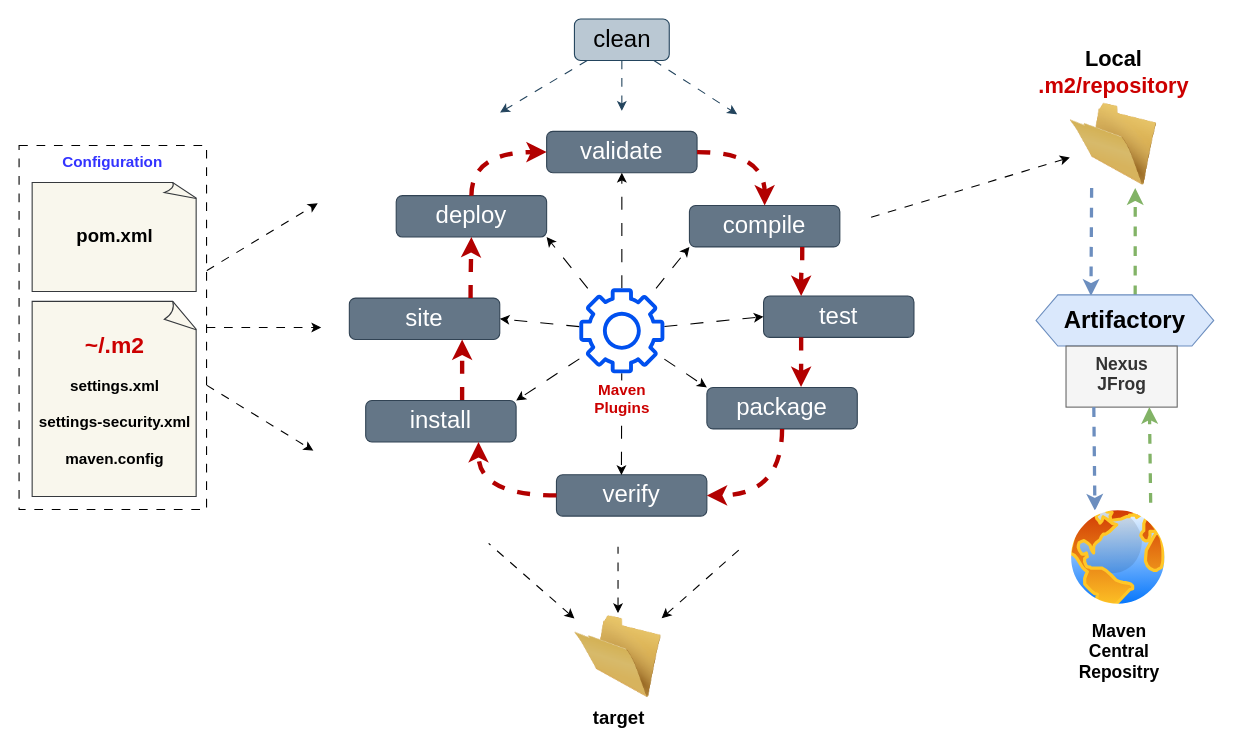
Before: diagrams/maven.drawio in PreCyz/maven-sessions, a draw.io diagram. Source tidied: cells renumbered, new cells numbered last; positions are measured from the earlier drawing's top-left corner, leaving out a move shared by most shapes. Both pictures are drawn from the tidied source at 109%, with x=0, y=0 at pixel (19, 19).
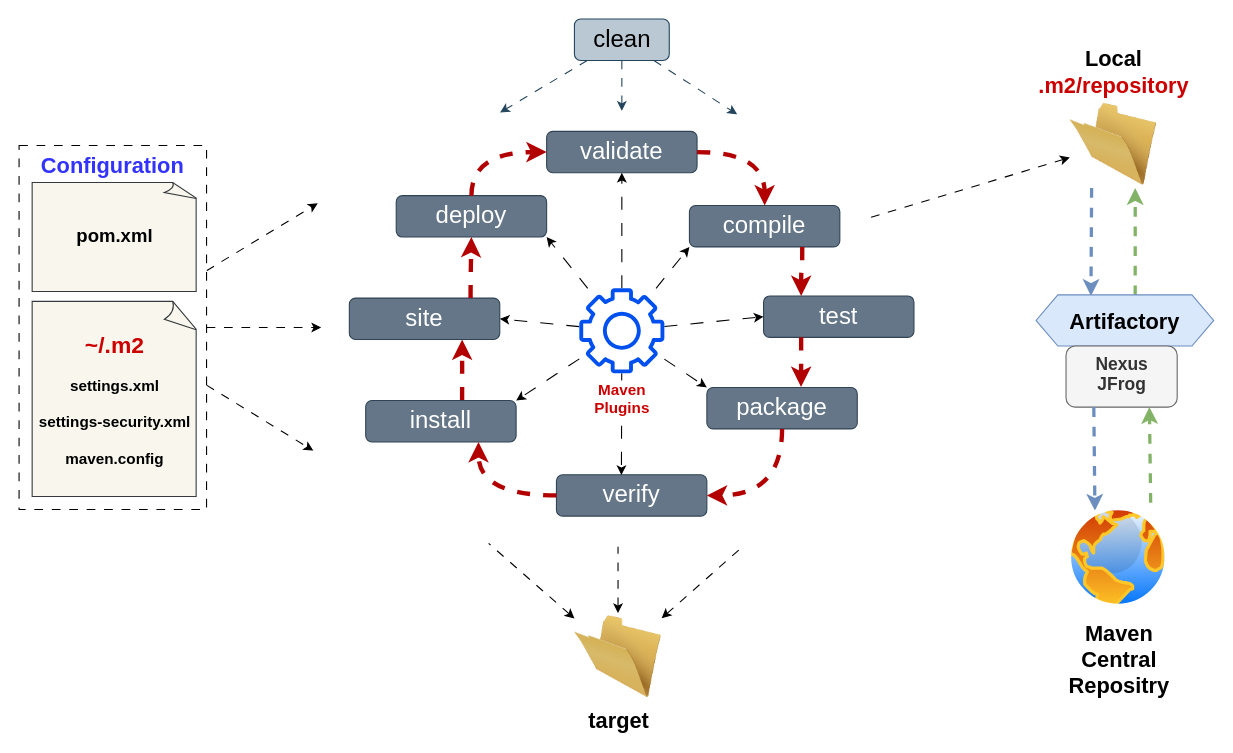
After the change.

Commit message:
Improving diagram.

Unchanged cells that the change refers to:
```xml
<mxCell id="21" style="group;fontStyle=1;" parent="20" vertex="1">
  <mxGeometry y="116" width="277.2" height="334" as="geometry" />
</mxCell>
<mxCell id="53" style="group;" parent="50" vertex="1">
  <mxGeometry x="933" y="253" width="163" height="103" as="geometry" />
</mxCell>
```

Diff of the diagram source:
```diff
@@
-    <mxCell id="25" value="&lt;b&gt;&lt;font style=&quot;font-size: 14px; color: rgb(51, 51, 255);&quot;&gt;Configuration&lt;/font&gt;&lt;/b&gt;" style="rounded=0;whiteSpace=wrap;html=1;dashed=1;dashPattern=8 8;verticalAlign=top;labelPosition=center;verticalLabelPosition=middle;align=center;" parent="21" vertex="1">
+    <mxCell id="25" value="&lt;b&gt;&lt;font style=&quot;color: rgb(51, 51, 255);&quot;&gt;Configuration&lt;/font&gt;&lt;/b&gt;" style="rounded=0;whiteSpace=wrap;html=1;dashed=1;dashPattern=8 8;verticalAlign=top;labelPosition=center;verticalLabelPosition=middle;align=center;fontSize=20;" parent="21" vertex="1">
       <mxGeometry width="172" height="334" as="geometry" />
     </mxCell>
@@
-    <mxCell id="46" value="target" style="image;html=1;image=img/lib/clip_art/general/Empty_Folder_128x128.png;fontSize=17;fontStyle=1;" parent="42" vertex="1">
+    <mxCell id="46" value="target" style="image;html=1;image=img/lib/clip_art/general/Empty_Folder_128x128.png;fontSize=20;fontStyle=1;" parent="42" vertex="1">
       <mxGeometry x="509.5" y="545" width="80" height="80" as="geometry" />
     </mxCell>
@@
-    <mxCell id="54" value="&lt;b&gt;&lt;font&gt;Artifactory&lt;/font&gt;&lt;/b&gt;" style="shape=hexagon;perimeter=hexagonPerimeter2;whiteSpace=wrap;html=1;fixedSize=1;fillColor=#dae8fc;strokeColor=#6c8ebf;verticalAlign=middle;fontSize=22;" parent="53" vertex="1">
+    <mxCell id="54" value="&lt;b&gt;&lt;font&gt;Artifactory&lt;/font&gt;&lt;/b&gt;" style="shape=hexagon;perimeter=hexagonPerimeter2;whiteSpace=wrap;html=1;fixedSize=1;fillColor=#dae8fc;strokeColor=#6c8ebf;verticalAlign=middle;fontSize=20;" parent="53" vertex="1">
       <mxGeometry width="163" height="47" as="geometry" />
     </mxCell>
-    <mxCell id="55" value="&lt;div&gt;&lt;b&gt;Nexus&lt;/b&gt;&lt;/div&gt;&lt;div&gt;&lt;b&gt;JFrog&lt;/b&gt;&lt;/div&gt;" style="text;html=1;whiteSpace=wrap;strokeColor=#666666;fillColor=#f5f5f5;align=center;verticalAlign=top;rounded=0;fontSize=16;fontColor=#333333;labelBackgroundColor=none;" parent="53" vertex="1">
+    <mxCell id="55" value="&lt;div&gt;&lt;b&gt;Nexus&lt;/b&gt;&lt;/div&gt;&lt;div&gt;&lt;b&gt;JFrog&lt;/b&gt;&lt;/div&gt;" style="text;html=1;whiteSpace=wrap;strokeColor=#666666;fillColor=#f5f5f5;align=center;verticalAlign=top;rounded=1;fontSize=16;fontColor=#333333;labelBackgroundColor=none;glass=0;shadow=0;" parent="53" vertex="1">
       <mxGeometry x="27.5" y="47" width="102" height="56" as="geometry" />
     </mxCell>
@@
-    <mxCell id="59" value="Maven&lt;div&gt;Central&lt;/div&gt;&lt;div&gt;Repositry&lt;/div&gt;" style="image;perimeter=ellipsePerimeter;html=1;align=center;shadow=0;dashed=0;spacingTop=3;image=img/lib/active_directory/internet_globe.svg;fontSize=16;fontStyle=1;" parent="56" vertex="1">
+    <mxCell id="59" value="Maven&lt;div&gt;Central&lt;/div&gt;&lt;div&gt;Repositry&lt;/div&gt;" style="image;perimeter=ellipsePerimeter;html=1;align=center;shadow=0;dashed=0;spacingTop=3;image=img/lib/active_directory/internet_globe.svg;fontSize=20;fontStyle=1;" parent="56" vertex="1">
       <mxGeometry x="960.5" y="446" width="96" height="96" as="geometry" />
     </mxCell>
```
